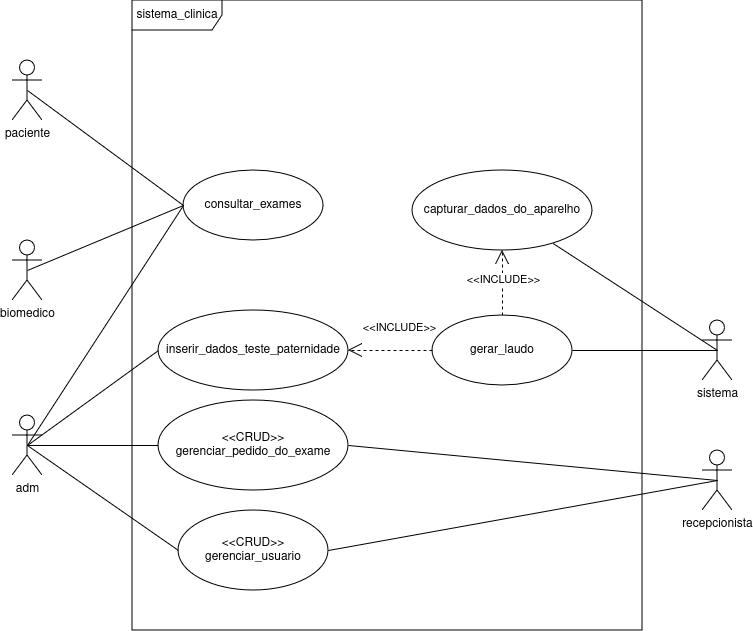
Earlier version of the draw.io export docs/img/diagramas/caso_de_uso.png (UniFil-NPI/ProjetoAnalisesClinicas). Source tidied: cells renumbered, new cells last; positions are measured from the earlier drawing's top-left corner, leaving out a move shared by most shapes.
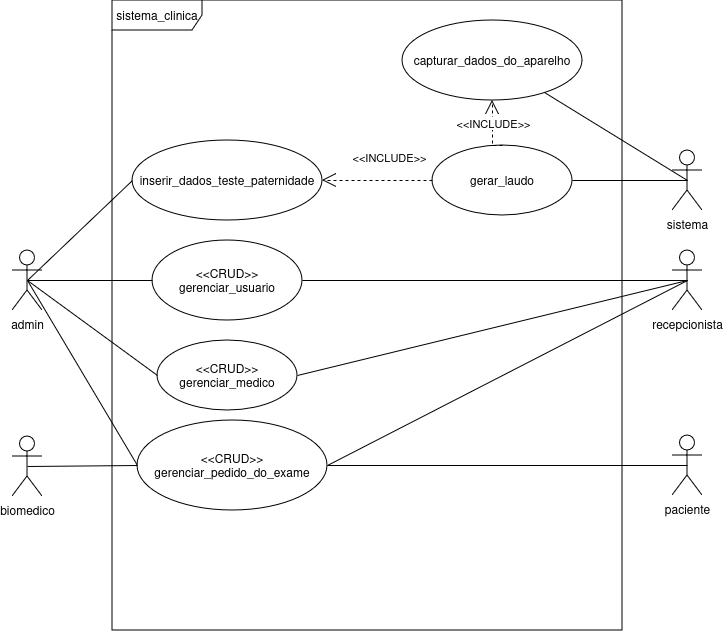
After the commit.

What changed in the source:
```diff
@@ -1,15 +1,18 @@
-<mxGraphModel background="#FFFFFF">
+<mxGraphModel background="#ffffff">
   <root>
     <mxCell id="0" />
     <mxCell id="1" parent="0" />
     <mxCell id="2" value="paciente" style="shape=umlActor;verticalLabelPosition=bottom;verticalAlign=top;html=1;labelBackgroundColor=none;shadow=0;" parent="1" vertex="1">
-      <mxGeometry y="60" width="30" height="60" as="geometry" />
+      <mxGeometry x="680" y="435" width="30" height="60" as="geometry" />
     </mxCell>
     <mxCell id="3" style="rounded=0;jettySize=auto;html=1;exitX=0.5;exitY=0.5;exitDx=0;exitDy=0;exitPerimeter=0;entryX=1;entryY=0.5;entryDx=0;entryDy=0;endArrow=none;endFill=0;" parent="1" edge="1" source="4" target="12">
       <mxGeometry relative="1" as="geometry" />
     </mxCell>
+    <mxCell id="30" style="rounded=0;jettySize=auto;html=1;exitX=0.5;exitY=0.5;exitDx=0;exitDy=0;exitPerimeter=0;entryX=1;entryY=0.5;entryDx=0;entryDy=0;endArrow=none;endFill=0;" parent="1" edge="1" source="4" target="10">
+      <mxGeometry relative="1" as="geometry" />
+    </mxCell>
     <mxCell id="4" value="recepcionista" style="shape=umlActor;verticalLabelPosition=bottom;verticalAlign=top;html=1;" parent="1" vertex="1">
-      <mxGeometry x="690" y="450" width="30" height="60" as="geometry" />
+      <mxGeometry x="680" y="250" width="30" height="60" as="geometry" />
     </mxCell>
     <mxCell id="5" style="rounded=0;jettySize=auto;html=1;exitX=0.5;exitY=0.5;exitDx=0;exitDy=0;exitPerimeter=0;entryX=0;entryY=0.5;entryDx=0;entryDy=0;endArrow=none;endFill=0;" parent="1" edge="1" source="7" target="26">
       <mxGeometry relative="1" as="geometry" />
@@ -17,29 +20,29 @@
     <mxCell id="6" style="rounded=0;jettySize=auto;html=1;entryX=0;entryY=0.5;entryDx=0;entryDy=0;endArrow=none;endFill=0;startSize=0;jumpSize=0;endSize=0;exitX=0.5;exitY=0.5;exitDx=0;exitDy=0;exitPerimeter=0;" parent="1" edge="1" source="7" target="12">
       <mxGeometry relative="1" as="geometry" />
     </mxCell>
-    <mxCell id="7" value="adm" style="shape=umlActor;verticalLabelPosition=bottom;verticalAlign=top;html=1;" parent="1" vertex="1">
-      <mxGeometry y="415" width="30" height="60" as="geometry" />
+    <mxCell id="7" value="admin" style="shape=umlActor;verticalLabelPosition=bottom;verticalAlign=top;html=1;" parent="1" vertex="1">
+      <mxGeometry x="20" y="250" width="30" height="60" as="geometry" />
     </mxCell>
     <mxCell id="8" value="biomedico" style="shape=umlActor;verticalLabelPosition=bottom;verticalAlign=top;html=1;" parent="1" vertex="1">
-      <mxGeometry y="240" width="30" height="60" as="geometry" />
+      <mxGeometry x="20" y="436" width="30" height="60" as="geometry" />
     </mxCell>
     <mxCell id="9" value="sistema_clinica" style="shape=umlFrame;whiteSpace=wrap;html=1;width=90;height=30;" parent="1" vertex="1">
       <mxGeometry x="120" width="510" height="630" as="geometry" />
     </mxCell>
-    <mxCell id="10" value="consultar_exames" style="ellipse;whiteSpace=wrap;html=1;" parent="1" vertex="1">
-      <mxGeometry x="171" y="170" width="140" height="70" as="geometry" />
+    <mxCell id="10" value="&lt;div&gt;&amp;lt;&amp;lt;CRUD&amp;gt;&amp;gt;&lt;/div&gt;&lt;div&gt;gerenciar_medico&lt;br&gt;&lt;/div&gt;" style="ellipse;whiteSpace=wrap;html=1;" parent="1" vertex="1">
+      <mxGeometry x="165" y="340" width="140" height="70" as="geometry" />
     </mxCell>
     <mxCell id="11" value="&lt;div&gt;&amp;lt;&amp;lt;CRUD&amp;gt;&amp;gt;&lt;/div&gt;&lt;div&gt;gerenciar_usuario&lt;br&gt;&lt;/div&gt;" style="ellipse;whiteSpace=wrap;html=1;" parent="1" vertex="1">
-      <mxGeometry x="166" y="510" width="150" height="80" as="geometry" />
+      <mxGeometry x="160" y="240" width="150" height="80" as="geometry" />
     </mxCell>
     <mxCell id="12" value="&amp;lt;&amp;lt;CRUD&amp;gt;&amp;gt;&lt;br&gt;gerenciar_pedido_do_exame" style="ellipse;whiteSpace=wrap;html=1;" parent="1" vertex="1">
-      <mxGeometry x="146" y="400" width="190" height="90" as="geometry" />
+      <mxGeometry x="145" y="420" width="190" height="90" as="geometry" />
     </mxCell>
     <mxCell id="13" value="sistema" style="shape=umlActor;verticalLabelPosition=bottom;verticalAlign=top;html=1;" parent="1" vertex="1">
-      <mxGeometry x="690" y="320" width="30" height="60" as="geometry" />
+      <mxGeometry x="680" y="150" width="30" height="60" as="geometry" />
     </mxCell>
     <mxCell id="14" value="&lt;div&gt;capturar_dados_do_aparelho&lt;/div&gt;" style="ellipse;whiteSpace=wrap;html=1;" parent="1" vertex="1">
-      <mxGeometry x="400" y="170" width="180" height="80" as="geometry" />
+      <mxGeometry x="410" y="20" width="180" height="80" as="geometry" />
     </mxCell>
     <mxCell id="15" style="edgeStyle=none;rounded=0;orthogonalLoop=1;jettySize=auto;html=1;exitX=0;exitY=1;exitDx=0;exitDy=0;" parent="1" edge="1">
       <mxGeometry relative="1" as="geometry">
@@ -54,7 +57,7 @@
       </mxGeometry>
     </mxCell>
     <mxCell id="17" value="gerar_laudo" style="ellipse;whiteSpace=wrap;html=1;" parent="1" vertex="1">
-      <mxGeometry x="420" y="315" width="140" height="70" as="geometry" />
+      <mxGeometry x="440" y="145" width="140" height="70" as="geometry" />
     </mxCell>
     <mxCell id="18" style="endArrow=none;html=1;rounded=0;exitX=0.5;exitY=0.5;exitDx=0;exitDy=0;exitPerimeter=0;entryX=1;entryY=0.5;entryDx=0;entryDy=0;" parent="1" edge="1" source="4" target="11">
       <mxGeometry relative="1" as="geometry" />
@@ -65,10 +68,10 @@
     <mxCell id="20" style="endArrow=none;html=1;rounded=0;entryX=0.5;entryY=0.5;entryDx=0;entryDy=0;entryPerimeter=0;exitX=1;exitY=0.5;exitDx=0;exitDy=0;" parent="1" edge="1" source="17" target="13">
       <mxGeometry relative="1" as="geometry" />
     </mxCell>
-    <mxCell id="21" style="endArrow=none;html=1;rounded=0;exitX=0.5;exitY=0.5;exitDx=0;exitDy=0;exitPerimeter=0;entryX=0;entryY=0.5;entryDx=0;entryDy=0;" parent="1" edge="1" source="8" target="10">
+    <mxCell id="21" style="endArrow=none;html=1;rounded=0;exitX=0.5;exitY=0.5;exitDx=0;exitDy=0;exitPerimeter=0;entryX=0;entryY=0.5;entryDx=0;entryDy=0;" parent="1" edge="1" source="8" target="12">
       <mxGeometry relative="1" as="geometry" />
     </mxCell>
-    <mxCell id="22" style="endArrow=none;html=1;rounded=0;exitX=0.5;exitY=0.5;exitDx=0;exitDy=0;exitPerimeter=0;entryX=0;entryY=0.5;entryDx=0;entryDy=0;" parent="1" edge="1" source="2" target="10">
+    <mxCell id="22" style="endArrow=none;html=1;rounded=0;exitX=0.5;exitY=0.5;exitDx=0;exitDy=0;exitPerimeter=0;entryX=1;entryY=0.5;entryDx=0;entryDy=0;" parent="1" edge="1" source="2" target="12">
       <mxGeometry relative="1" as="geometry" />
     </mxCell>
     <mxCell id="23" style="endArrow=none;html=1;rounded=0;exitX=0.5;exitY=0.5;exitDx=0;exitDy=0;exitPerimeter=0;entryX=0;entryY=0.5;entryDx=0;entryDy=0;" parent="1" edge="1" source="7" target="10">
@@ -83,7 +86,7 @@
       </mxGeometry>
     </mxCell>
     <mxCell id="26" value="&lt;div align=&quot;center&quot;&gt;inserir_dados_teste_paternidade&lt;/div&gt;" style="ellipse;whiteSpace=wrap;html=1;align=center;horizontal=1;verticalAlign=middle;" parent="1" vertex="1">
-      <mxGeometry x="146" y="310" width="190" height="80" as="geometry" />
+      <mxGeometry x="140" y="140" width="190" height="80" as="geometry" />
     </mxCell>
     <mxCell id="27" style="rounded=0;jettySize=auto;html=1;exitX=0.5;exitY=0.5;exitDx=0;exitDy=0;exitPerimeter=0;endArrow=none;endFill=0;endSize=0;startSize=0;" parent="1" edge="1" source="13" target="14">
       <mxGeometry relative="1" as="geometry" />
```
